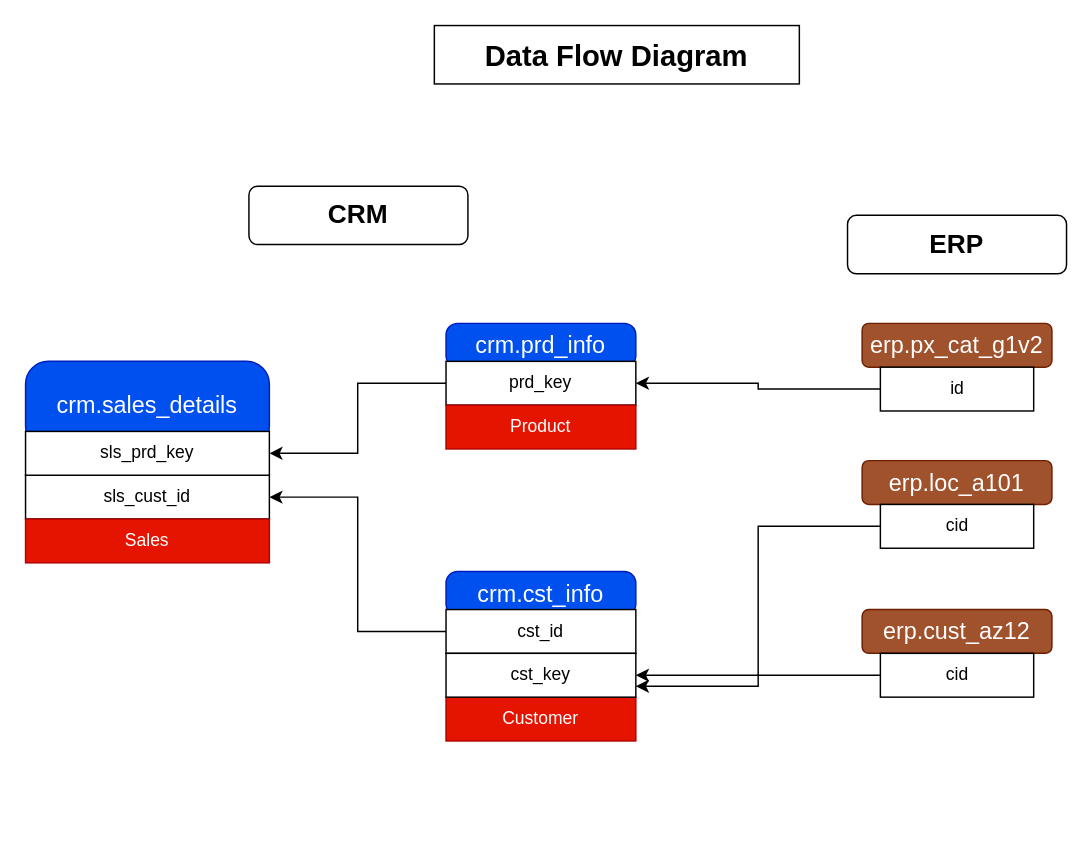
Earlier version of the draw.io diagram docs/Data Integration.drawio (Prabh-2004/sql-data-warehouse-project). Source tidied: cells renumbered, new cells numbered last; positions are measured from the earlier drawing's top-left corner, leaving out a move shared by most shapes. Both pictures are drawn from the tidied source at 146%, with x=0, y=0 at pixel (25, 25).
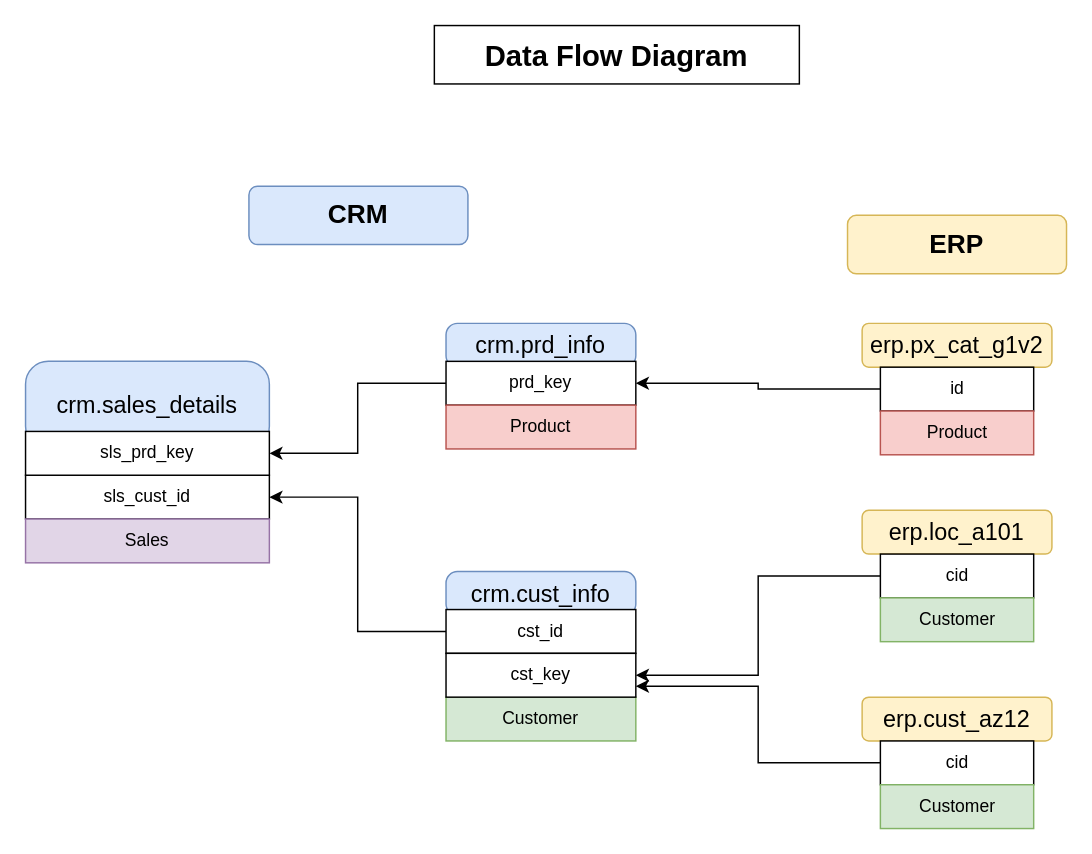
The same page after the edit.

Change to the diagram source:
```diff
@@
-    <mxCell id="3" value="crm.sales_details" style="rounded=1;whiteSpace=wrap;html=1;fontSize=16;fillColor=#0050ef;strokeColor=#001DBC;fillStyle=auto;fontColor=#ffffff;arcSize=26;" parent="1" vertex="1">
+    <mxCell id="3" value="crm.sales_details" style="rounded=1;whiteSpace=wrap;html=1;fontSize=16;fillColor=#dae8fc;strokeColor=#6c8ebf;fillStyle=auto;arcSize=26;" parent="1" vertex="1">
       <mxGeometry y="230" width="167" height="60" as="geometry" />
     </mxCell>
@@
-    <mxCell id="7" value="crm.prd_info" style="rounded=1;whiteSpace=wrap;html=1;fontSize=16;fillColor=#0050ef;fontColor=#ffffff;strokeColor=#001DBC;arcSize=26;" parent="1" vertex="1">
+    <mxCell id="7" value="crm.prd_info" style="rounded=1;whiteSpace=wrap;html=1;fontSize=16;fillColor=#dae8fc;strokeColor=#6c8ebf;arcSize=26;" parent="1" vertex="1">
       <mxGeometry x="288" y="204" width="130" height="30" as="geometry" />
     </mxCell>
@@
-    <mxCell id="10" value="erp.cust_az12" style="rounded=1;whiteSpace=wrap;html=1;fontSize=16;fillColor=#a0522d;fontColor=#ffffff;strokeColor=#6D1F00;" parent="1" vertex="1">
-      <mxGeometry x="573" y="400" width="130" height="30" as="geometry" />
+    <mxCell id="10" value="erp.cust_az12" style="rounded=1;whiteSpace=wrap;html=1;fontSize=16;fillColor=#fff2cc;strokeColor=#d6b656;" parent="1" vertex="1">
+      <mxGeometry x="573" y="460" width="130" height="30" as="geometry" />
     </mxCell>
@@
     <mxCell id="12" value="cid" style="rounded=1;whiteSpace=wrap;html=1;arcSize=0;align=center;" parent="1" vertex="1">
-      <mxGeometry x="585.5" y="430" width="105" height="30" as="geometry" />
+      <mxGeometry x="585.5" y="490" width="105" height="30" as="geometry" />
     </mxCell>
-    <mxCell id="13" value="erp.loc_a101" style="rounded=1;whiteSpace=wrap;html=1;fontSize=16;fillColor=#a0522d;fontColor=#ffffff;strokeColor=#6D1F00;" parent="1" vertex="1">
-      <mxGeometry x="573" y="298" width="130" height="30" as="geometry" />
+    <mxCell id="13" value="erp.loc_a101" style="rounded=1;whiteSpace=wrap;html=1;fontSize=16;fillColor=#fff2cc;strokeColor=#d6b656;" parent="1" vertex="1">
+      <mxGeometry x="573" y="332" width="130" height="30" as="geometry" />
     </mxCell>
@@
     <mxCell id="15" value="cid" style="rounded=1;whiteSpace=wrap;html=1;arcSize=0;align=center;" parent="1" vertex="1">
-      <mxGeometry x="585.5" y="328" width="105" height="30" as="geometry" />
+      <mxGeometry x="585.5" y="362" width="105" height="30" as="geometry" />
     </mxCell>
-    <mxCell id="16" value="erp.px_cat_g1v2" style="rounded=1;whiteSpace=wrap;html=1;fontSize=16;fillColor=#a0522d;fontColor=#ffffff;strokeColor=#6D1F00;" parent="1" vertex="1">
+    <mxCell id="16" value="erp.px_cat_g1v2" style="rounded=1;whiteSpace=wrap;html=1;fontSize=16;fillColor=#fff2cc;strokeColor=#d6b656;" parent="1" vertex="1">
       <mxGeometry x="573" y="204" width="130" height="30" as="geometry" />
     </mxCell>
@@
-    <mxCell id="19" value="CRM" style="rounded=1;whiteSpace=wrap;html=1;fontSize=18;fontStyle=1;" parent="1" vertex="1">
+    <mxCell id="19" value="CRM" style="rounded=1;whiteSpace=wrap;html=1;fontSize=18;fontStyle=1;fillColor=#dae8fc;strokeColor=#6c8ebf;" parent="1" vertex="1">
       <mxGeometry x="153" y="110" width="150" height="40" as="geometry" />
     </mxCell>
-    <mxCell id="20" value="ERP" style="rounded=1;whiteSpace=wrap;html=1;fontSize=18;fontStyle=1;" parent="1" vertex="1">
+    <mxCell id="20" value="ERP" style="rounded=1;whiteSpace=wrap;html=1;fontSize=18;fontStyle=1;fillColor=#fff2cc;strokeColor=#d6b656;" parent="1" vertex="1">
       <mxGeometry x="563" y="130" width="150" height="40" as="geometry" />
     </mxCell>
-    <mxCell id="21" value="Product" style="rounded=0;whiteSpace=wrap;html=1;fillColor=light-dark(#e51400, #ff674d);fontColor=#ffffff;strokeColor=#B20000;" parent="1" vertex="1">
+    <mxCell id="21" value="Product" style="rounded=0;whiteSpace=wrap;html=1;fillColor=#f8cecc;strokeColor=#b85450;" parent="1" vertex="1">
       <mxGeometry x="288" y="260" width="130" height="30" as="geometry" />
     </mxCell>
-    <mxCell id="22" value="Sales" style="rounded=0;whiteSpace=wrap;html=1;fillColor=light-dark(#e51400, #ff674d);fontColor=#ffffff;strokeColor=#B20000;" parent="1" vertex="1">
+    <mxCell id="22" value="Sales" style="rounded=0;whiteSpace=wrap;html=1;fillColor=#e1d5e7;strokeColor=#9673a6;" parent="1" vertex="1">
       <mxGeometry y="338" width="167" height="30" as="geometry" />
     </mxCell>
-    <mxCell id="23" value="crm.cst_info" style="rounded=1;whiteSpace=wrap;html=1;fontSize=16;fillColor=#0050ef;fontColor=#ffffff;strokeColor=#001DBC;arcSize=26;" parent="1" vertex="1">
+    <mxCell id="23" value="crm.cust_info" style="rounded=1;whiteSpace=wrap;html=1;fontSize=16;fillColor=#dae8fc;strokeColor=#6c8ebf;arcSize=26;" parent="1" vertex="1">
       <mxGeometry x="288" y="374" width="130" height="30" as="geometry" />
     </mxCell>
@@
-    <mxCell id="26" value="Customer" style="rounded=0;whiteSpace=wrap;html=1;fillColor=light-dark(#e51400, #ff674d);fontColor=#ffffff;strokeColor=#B20000;" parent="1" vertex="1">
+    <mxCell id="26" value="Customer" style="rounded=0;whiteSpace=wrap;html=1;fillColor=#d5e8d4;strokeColor=#82b366;" parent="1" vertex="1">
       <mxGeometry x="288" y="460" width="130" height="30" as="geometry" />
     </mxCell>
@@
+    <mxCell id="28" value="Product" style="rounded=0;whiteSpace=wrap;html=1;fillColor=#f8cecc;strokeColor=#b85450;" parent="1" vertex="1">
+      <mxGeometry x="585.5" y="264" width="105" height="30" as="geometry" />
+    </mxCell>
+    <mxCell id="29" value="Customer" style="rounded=0;whiteSpace=wrap;html=1;fillColor=#d5e8d4;strokeColor=#82b366;" parent="1" vertex="1">
+      <mxGeometry x="585.5" y="392" width="105" height="30" as="geometry" />
+    </mxCell>
+    <mxCell id="30" value="Customer" style="rounded=0;whiteSpace=wrap;html=1;fillColor=#d5e8d4;strokeColor=#82b366;" parent="1" vertex="1">
+      <mxGeometry x="585.5" y="520" width="105" height="30" as="geometry" />
+    </mxCell>
```
